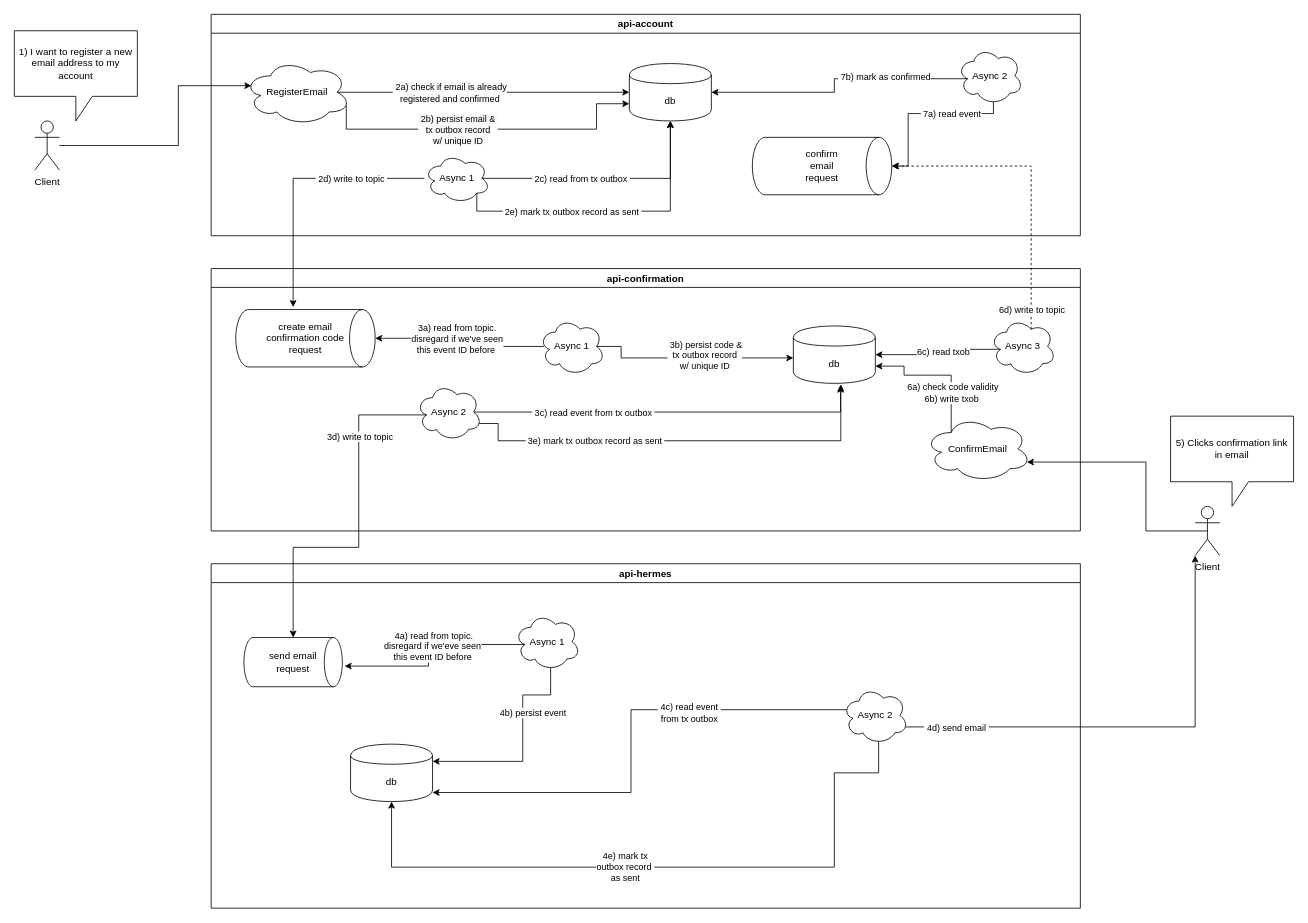
Before: page "register-email" (2 of 5) of architecture.drawio in AlpacaLabs/protorepo, a draw.io diagram. Source tidied: cells renumbered, new cells numbered last; positions are measured from the earlier drawing's top-left corner, leaving out a move shared by most shapes. Both pictures are drawn from the tidied source at 82%, with x=0, y=0 at pixel (14, 14).
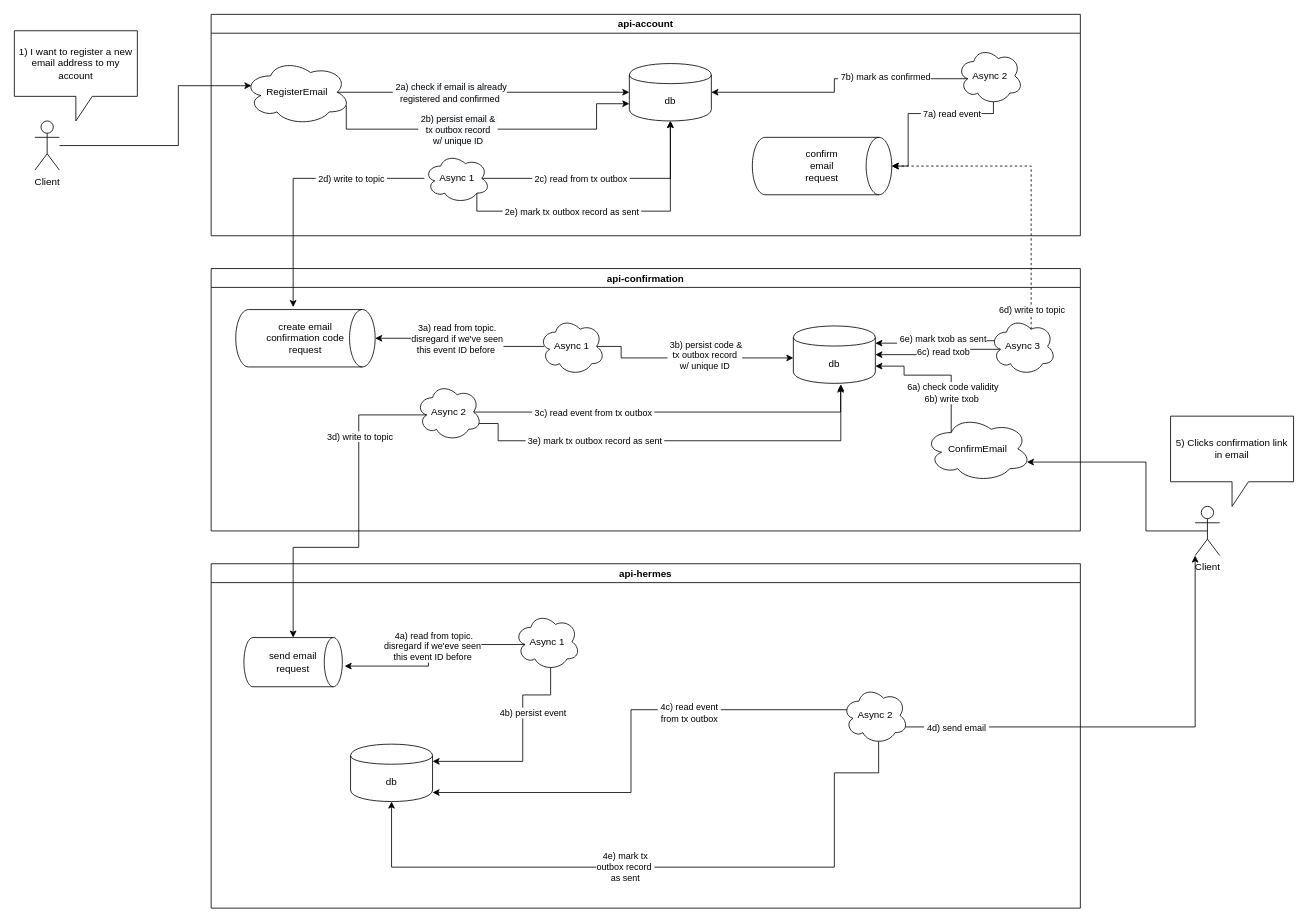
The same page after the edit.

The change refers to these unchanged cells:
```xml
<mxCell id="4" value="api-confirmation" style="swimlane;" parent="1" vertex="1">
  <mxGeometry x="240" y="310" width="1060" height="320" as="geometry" />
</mxCell>
<mxCell id="5" value="db" style="shape=cylinder;whiteSpace=wrap;html=1;boundedLbl=1;backgroundOutline=1;" parent="4" vertex="1">
  <mxGeometry x="710" y="70" width="100" height="70" as="geometry" />
</mxCell>
<mxCell id="22" value="Async 3" style="ellipse;shape=cloud;whiteSpace=wrap;html=1;rounded=0;" parent="4" vertex="1">
  <mxGeometry x="950" y="60" width="80" height="70" as="geometry" />
</mxCell>
```

Change to the diagram source:
```diff
@@
+    <mxCell id="65" style="edgeStyle=orthogonalEdgeStyle;rounded=0;jettySize=auto;html=1;exitX=0.07;exitY=0.4;exitDx=0;exitDy=0;exitPerimeter=0;entryX=1;entryY=0.3;entryDx=0;entryDy=0;" parent="4" edge="1" source="22" target="5">
+      <mxGeometry relative="1" as="geometry" />
+    </mxCell>
+    <mxCell id="66" value="&amp;nbsp;6e) mark txob as sent" style="edgeLabel;html=1;align=center;verticalAlign=middle;" parent="65" vertex="1">
+      <mxGeometry x="0.33" y="-1" relative="1" as="geometry">
+        <mxPoint x="30.4" y="-5" as="offset" />
+      </mxGeometry>
+    </mxCell>
```
